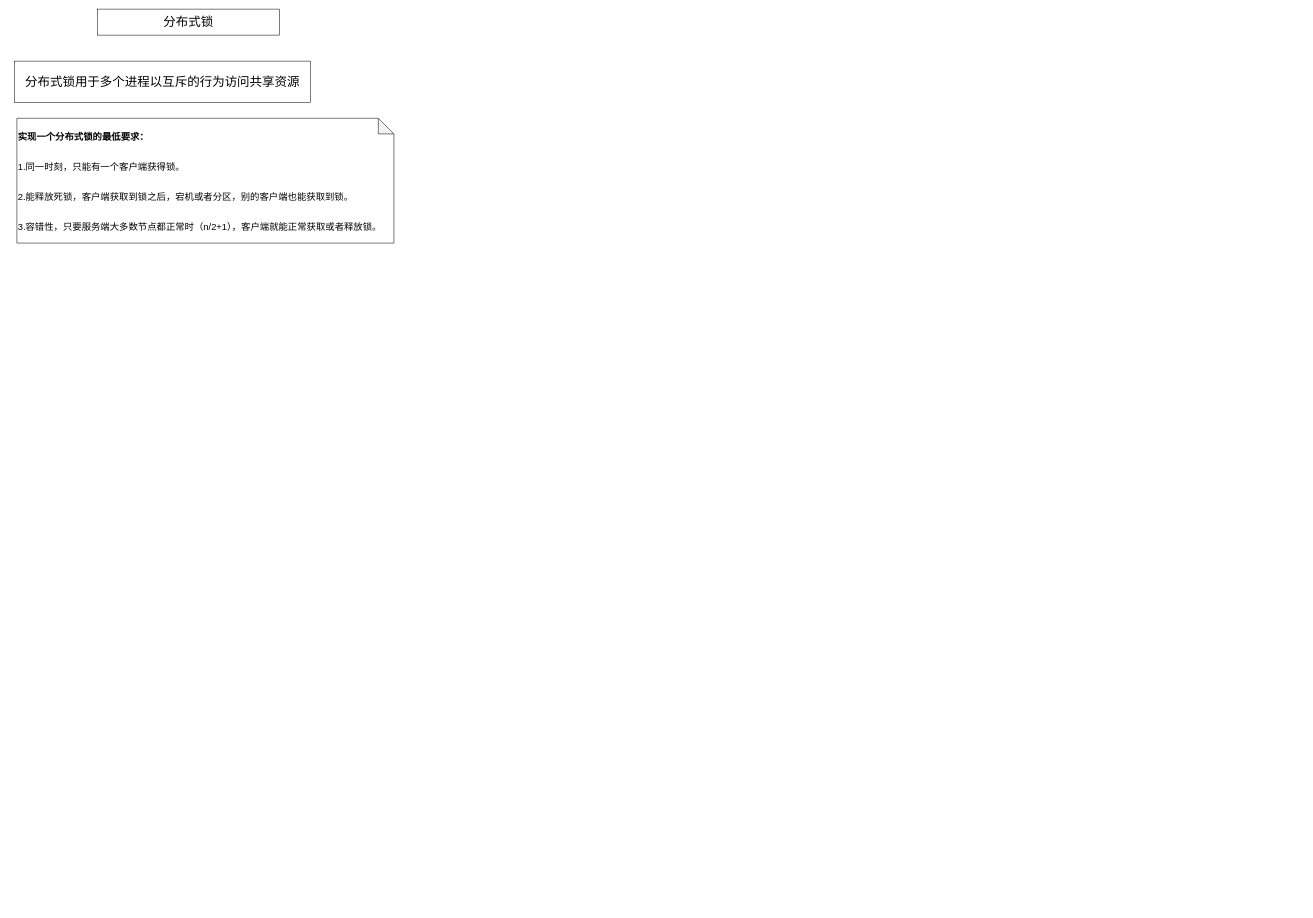
This is Others/redis.drawio from KGwolf/MyDraw, a draw.io file, before an edit. Source tidied: cells renumbered, new cells numbered last; positions are measured from the earlier drawing's top-left corner, leaving out a move shared by most shapes. Both pictures are drawn from the tidied source at 52%, with x=0, y=0 at pixel (14, 9).
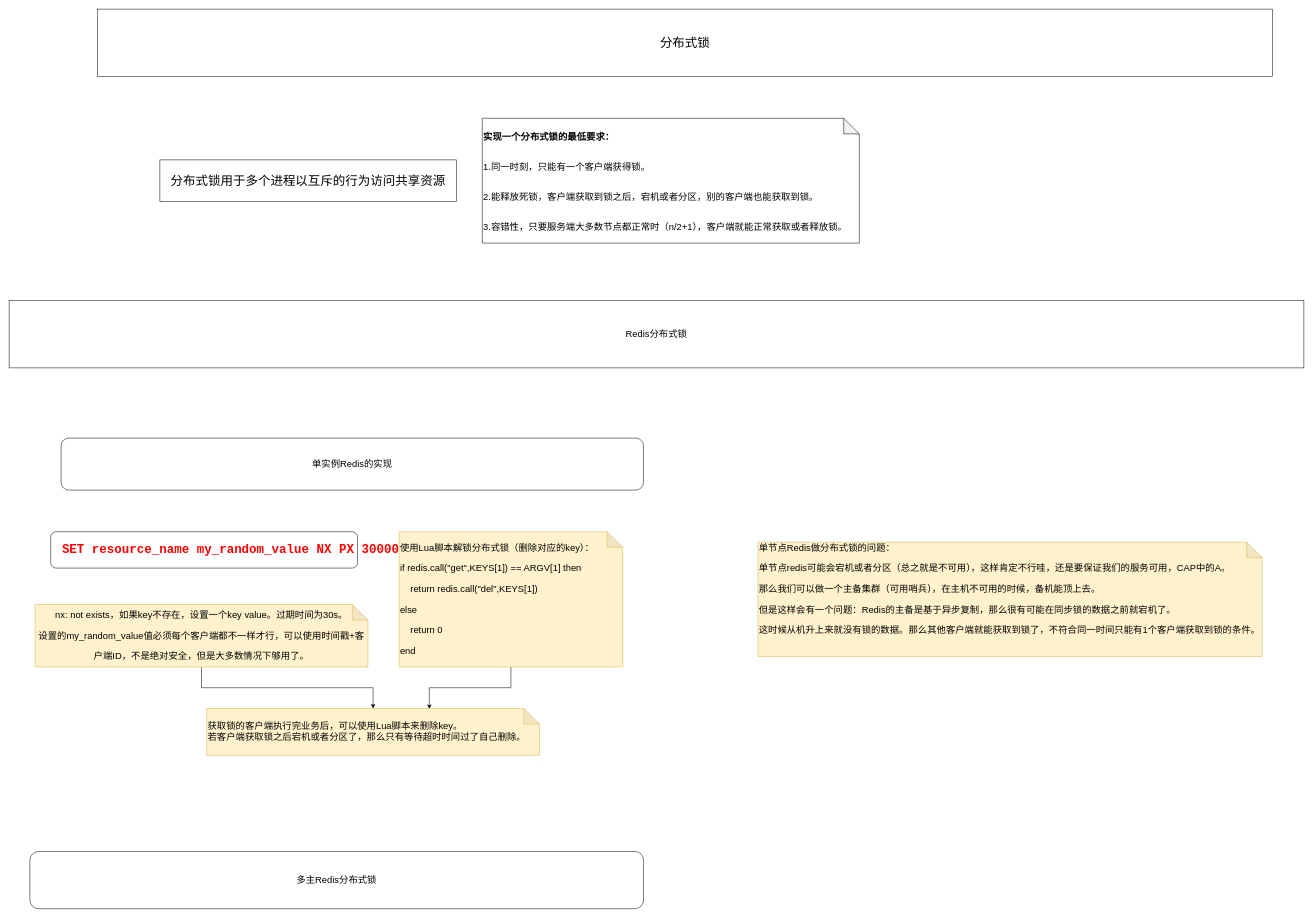
The same page after the edit.

What changed in the source:
```diff
@@
 <mxGraphModel>
   <root>
     <mxCell id="0" />
     <mxCell id="1" parent="0" />
     <mxCell id="2" value="&lt;font style=&quot;font-size: 24px;&quot;&gt;分布式锁&lt;/font&gt;" style="rounded=0;whiteSpace=wrap;html=1;" parent="1" vertex="1">
-      <mxGeometry x="160" width="350" height="50" as="geometry" />
+      <mxGeometry x="160" width="2260" height="130" as="geometry" />
     </mxCell>
     <mxCell id="3" value="分布式锁用于多个进程以互斥的行为访问共享资源" style="rounded=0;whiteSpace=wrap;html=1;fontSize=24;" parent="1" vertex="1">
-      <mxGeometry y="100" width="570" height="80" as="geometry" />
+      <mxGeometry x="280" y="290" width="570" height="80" as="geometry" />
     </mxCell>
     <mxCell id="4" value="&lt;font style=&quot;font-size: 18px;&quot;&gt;&lt;b&gt;实现一个分布式锁的最低要求：&lt;/b&gt;&lt;br&gt;&lt;br&gt;1.同一时刻，只能有一个客户端获得锁。&lt;br&gt;&lt;br&gt;2.能释放死锁，客户端获取到锁之后，宕机或者分区，别的客户端也能获取到锁。&lt;br&gt;&lt;br&gt;3.容错性，只要服务端大多数节点都正常时（n/2+1），客户端就能正常获取或者释放锁。&lt;br&gt;&lt;/font&gt;" style="shape=note;whiteSpace=wrap;html=1;backgroundOutline=1;darkOpacity=0.05;fontSize=24;align=left;" parent="1" vertex="1">
-      <mxGeometry x="5" y="210" width="725" height="240" as="geometry" />
+      <mxGeometry x="900" y="210" width="725" height="240" as="geometry" />
     </mxCell>
+    <mxCell id="5" value="Redis分布式锁" style="rounded=0;whiteSpace=wrap;html=1;fontSize=18;" parent="1" vertex="1">
+      <mxGeometry x="-10" y="560" width="2490" height="130" as="geometry" />
+    </mxCell>
+    <mxCell id="6" value="&lt;pre style=&quot;text-align: justify; box-sizing: border-box; border-width: 0px; border-style: solid; border-color: rgb(229, 231, 235); --tw-translate-x:0; --tw-translate-y:0; --tw-rotate:0; --tw-skew-x:0; --tw-skew-y:0; --tw-scale-x:1; --tw-scale-y:1; --tw-pan-x: ; --tw-pan-y: ; --tw-pinch-zoom: ; --tw-scroll-snap-strictness:proximity; --tw-ordinal: ; --tw-slashed-zero: ; --tw-numeric-figure: ; --tw-numeric-spacing: ; --tw-numeric-fraction: ; --tw-ring-inset: ; --tw-ring-offset-width:0px; --tw-ring-offset-color:#fff; --tw-ring-color:rgb(59 130 246 / 0.5); --tw-ring-offset-shadow:0 0 #0000; --tw-ring-shadow:0 0 #0000; --tw-shadow:0 0 #0000; --tw-shadow-colored:0 0 #0000; --tw-blur: ; --tw-brightness: ; --tw-contrast: ; --tw-grayscale: ; --tw-hue-rotate: ; --tw-invert: ; --tw-saturate: ; --tw-sepia: ; --tw-drop-shadow: ; --tw-backdrop-blur: ; --tw-backdrop-brightness: ; --tw-backdrop-contrast: ; --tw-backdrop-grayscale: ; --tw-backdrop-hue-rotate: ; --tw-backdrop-invert: ; --tw-backdrop-opacity: ; --tw-backdrop-saturate: ; --tw-backdrop-sepia: ; margin-top: 1.71429em; margin-bottom: 1.71429em; overflow-x: auto; line-height: 1.71429; padding: 1.25rem; border-radius: 0.5rem !important; --tw-bg-opacity:1  !important;&quot;&gt;&lt;span style=&quot;box-sizing: border-box; border-width: 0px; border-style: solid; border-color: rgb(229, 231, 235); --tw-translate-x:0; --tw-translate-y:0; --tw-rotate:0; --tw-skew-x:0; --tw-skew-y:0; --tw-scale-x:1; --tw-scale-y:1; --tw-pan-x: ; --tw-pan-y: ; --tw-pinch-zoom: ; --tw-scroll-snap-strictness:proximity; --tw-ordinal: ; --tw-slashed-zero: ; --tw-numeric-figure: ; --tw-numeric-spacing: ; --tw-numeric-fraction: ; --tw-ring-inset: ; --tw-ring-offset-width:0px; --tw-ring-offset-color:#fff; --tw-ring-color:rgb(59 130 246 / 0.5); --tw-ring-offset-shadow:0 0 #0000; --tw-ring-shadow:0 0 #0000; --tw-shadow:0 0 #0000; --tw-shadow-colored:0 0 #0000; --tw-blur: ; --tw-brightness: ; --tw-contrast: ; --tw-grayscale: ; --tw-hue-rotate: ; --tw-invert: ; --tw-saturate: ; --tw-sepia: ; --tw-drop-shadow: ; --tw-backdrop-blur: ; --tw-backdrop-brightness: ; --tw-backdrop-contrast: ; --tw-backdrop-grayscale: ; --tw-backdrop-hue-rotate: ; --tw-backdrop-invert: ; --tw-backdrop-opacity: ; --tw-backdrop-saturate: ; --tw-backdrop-sepia: ; border-radius: 0px; padding: 0px; line-height: inherit; --tw-text-opacity:1; background-image: none;&quot; class=&quot;hljs-code&quot;&gt;&lt;b&gt;&lt;font style=&quot;font-size: 24px;&quot; color=&quot;#ff0000&quot;&gt;SET resource_name my_random_value NX PX 30000&lt;/font&gt;&lt;/b&gt;&lt;/span&gt;&lt;/pre&gt;" style="rounded=1;whiteSpace=wrap;html=1;fontSize=18;align=left;" parent="1" vertex="1">
+      <mxGeometry x="70" y="1005" width="590" height="70" as="geometry" />
+    </mxCell>
+    <mxCell id="7" value="&lt;pre style=&quot;box-sizing: border-box; border-width: 0px; border-style: solid; border-color: rgb(229, 231, 235); --tw-translate-x:0; --tw-translate-y:0; --tw-rotate:0; --tw-skew-x:0; --tw-skew-y:0; --tw-scale-x:1; --tw-scale-y:1; --tw-pan-x: ; --tw-pan-y: ; --tw-pinch-zoom: ; --tw-scroll-snap-strictness:proximity; --tw-ordinal: ; --tw-slashed-zero: ; --tw-numeric-figure: ; --tw-numeric-spacing: ; --tw-numeric-fraction: ; --tw-ring-inset: ; --tw-ring-offset-width:0px; --tw-ring-offset-color:#fff; --tw-ring-color:rgb(59 130 246 / 0.5); --tw-ring-offset-shadow:0 0 #0000; --tw-ring-shadow:0 0 #0000; --tw-shadow:0 0 #0000; --tw-shadow-colored:0 0 #0000; --tw-blur: ; --tw-brightness: ; --tw-contrast: ; --tw-grayscale: ; --tw-hue-rotate: ; --tw-invert: ; --tw-saturate: ; --tw-sepia: ; --tw-drop-shadow: ; --tw-backdrop-blur: ; --tw-backdrop-brightness: ; --tw-backdrop-contrast: ; --tw-backdrop-grayscale: ; --tw-backdrop-hue-rotate: ; --tw-backdrop-invert: ; --tw-backdrop-opacity: ; --tw-backdrop-saturate: ; --tw-backdrop-sepia: ; margin-top: 1.71429em; margin-bottom: 1.71429em; overflow-x: auto; line-height: 1.71429; padding: 1.25rem; border-radius: 0.5rem !important; --tw-bg-opacity:1  !important;&quot;&gt;&lt;br&gt;&lt;/pre&gt;" style="text;html=1;align=center;verticalAlign=middle;strokeColor=none;fillColor=none;fontSize=18;fontColor=#000000;" parent="1" vertex="1">
+      <mxGeometry x="400" y="675" width="60" height="150" as="geometry" />
+    </mxCell>
+    <mxCell id="8" style="edgeStyle=orthogonalEdgeStyle;rounded=0;jettySize=auto;html=1;fontSize=18;" parent="1" edge="1" source="9" target="13">
+      <mxGeometry relative="1" as="geometry" />
+    </mxCell>
+    <mxCell id="9" value="&lt;div style=&quot;font-size: 18px; line-height: 220%;&quot;&gt;nx: not exists，如果key不存在，设置一个key value。过期时间为30s。&lt;/div&gt;&lt;div style=&quot;font-size: 18px; line-height: 220%;&quot;&gt;设置的my_random_value值必须每个客户端都不一样才行，可以使用时间戳+客户端ID，不是绝对安全，但是大多数情况下够用了。&lt;/div&gt;" style="shape=note;whiteSpace=wrap;html=1;backgroundOutline=1;darkOpacity=0.05;fillColor=#fff2cc;strokeColor=#d6b656;" parent="1" vertex="1">
+      <mxGeometry x="40" y="1145" width="640" height="120" as="geometry" />
+    </mxCell>
+    <mxCell id="10" style="edgeStyle=orthogonalEdgeStyle;rounded=0;jettySize=auto;html=1;entryX=0.669;entryY=0.011;entryDx=0;entryDy=0;entryPerimeter=0;fontSize=18;" parent="1" edge="1" source="11" target="13">
+      <mxGeometry relative="1" as="geometry" />
+    </mxCell>
+    <mxCell id="11" value="&lt;div style=&quot;font-size: 18px; line-height: 220%;&quot;&gt;&lt;div style=&quot;line-height: 220%;&quot;&gt;使用Lua脚本解锁分布式锁（删除对应的key）：&lt;/div&gt;&lt;div style=&quot;line-height: 220%;&quot;&gt;if redis.call(&quot;get&quot;,KEYS[1]) == ARGV[1] then&lt;/div&gt;&lt;div style=&quot;line-height: 220%;&quot;&gt;&amp;nbsp; &amp;nbsp; return redis.call(&quot;del&quot;,KEYS[1])&lt;/div&gt;&lt;div style=&quot;line-height: 220%;&quot;&gt;else&lt;/div&gt;&lt;div style=&quot;line-height: 220%;&quot;&gt;&amp;nbsp; &amp;nbsp; return 0&lt;/div&gt;&lt;div style=&quot;line-height: 220%;&quot;&gt;end&lt;/div&gt;&lt;/div&gt;" style="shape=note;whiteSpace=wrap;html=1;backgroundOutline=1;darkOpacity=0.05;fillColor=#fff2cc;strokeColor=#d6b656;align=left;" parent="1" vertex="1">
+      <mxGeometry x="740" y="1005" width="430" height="260" as="geometry" />
+    </mxCell>
+    <mxCell id="12" value="&lt;div style=&quot;font-size: 18px; line-height: 220%;&quot;&gt;&lt;div style=&quot;line-height: 220%;&quot;&gt;&lt;span style=&quot;background-color: initial;&quot;&gt;单节点Redis做分布式锁的问题：&lt;/span&gt;&lt;br&gt;&lt;/div&gt;&lt;div style=&quot;line-height: 220%;&quot;&gt;&lt;span style=&quot;background-color: initial;&quot;&gt;单节点&lt;/span&gt;&lt;span style=&quot;background-color: initial;&quot;&gt;redis可能会宕机或者分区（总之就是不可用），这样肯定不行哇，还是要保证我们的服务可用，CAP中的A。&lt;/span&gt;&lt;/div&gt;&lt;div style=&quot;line-height: 220%;&quot;&gt;&lt;span style=&quot;background-color: initial;&quot;&gt;那么我们可以做一个主备集群（可用哨兵），在主机不可用的时候，备机能顶上去。&lt;/span&gt;&lt;/div&gt;&lt;div style=&quot;line-height: 220%;&quot;&gt;&lt;span style=&quot;background-color: initial;&quot;&gt;但是这样会有一个问题：Redis的主备是基于异步复制，那么很有可能在同步锁的数据之前就宕机了。&lt;/span&gt;&lt;/div&gt;&lt;div style=&quot;line-height: 220%;&quot;&gt;&lt;span style=&quot;background-color: initial;&quot;&gt;这时候从机升上来就没有锁的数据。那么其他客户端就能获取到锁了，不符合同一时间只能有1个客户端获取到锁的条件。&lt;/span&gt;&lt;/div&gt;&lt;div style=&quot;line-height: 220%;&quot;&gt;&lt;span style=&quot;background-color: initial;&quot;&gt;&lt;br&gt;&lt;/span&gt;&lt;/div&gt;&lt;/div&gt;" style="shape=note;whiteSpace=wrap;html=1;backgroundOutline=1;darkOpacity=0.05;fillColor=#fff2cc;strokeColor=#d6b656;align=left;" parent="1" vertex="1">
+      <mxGeometry x="1430" y="1025" width="970" height="220" as="geometry" />
+    </mxCell>
+    <mxCell id="13" value="&lt;span style=&quot;&quot;&gt;获取锁的客户端执行完业务后，可以使用Lua脚本来删除key。&lt;/span&gt;&lt;br style=&quot;&quot;&gt;&lt;span style=&quot;&quot;&gt;若客户端获取锁之后宕机或者分区了，那么只有等待超时时间过了自己删除。&lt;/span&gt;" style="shape=note;whiteSpace=wrap;html=1;backgroundOutline=1;darkOpacity=0.05;fontSize=18;align=left;fillColor=#fff2cc;strokeColor=#d6b656;" parent="1" vertex="1">
+      <mxGeometry x="370" y="1345" width="640" height="90" as="geometry" />
+    </mxCell>
+    <mxCell id="14" value="单实例Redis的实现" style="rounded=1;whiteSpace=wrap;html=1;fontSize=18;" parent="1" vertex="1">
+      <mxGeometry x="90" y="825" width="1120" height="100" as="geometry" />
+    </mxCell>
+    <mxCell id="15" value="多主Redis分布式锁" style="rounded=1;whiteSpace=wrap;html=1;fontSize=18;" parent="1" vertex="1">
+      <mxGeometry x="30" y="1620" width="1180" height="110" as="geometry" />
+    </mxCell>
   </root>
 </mxGraphModel>
```
